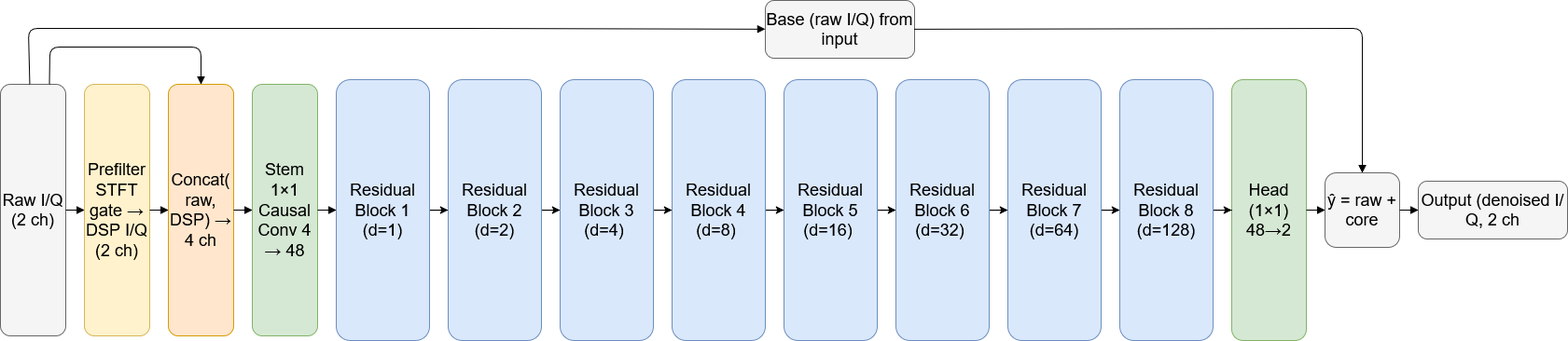
Before: figures/tcn_architecture.drawio.png, a diagram exported from draw.io (Niclasapdk/es7_project). Source tidied: cells renumbered, new cells last; positions are measured from the earlier drawing's top-left corner, leaving out a move shared by most shapes.
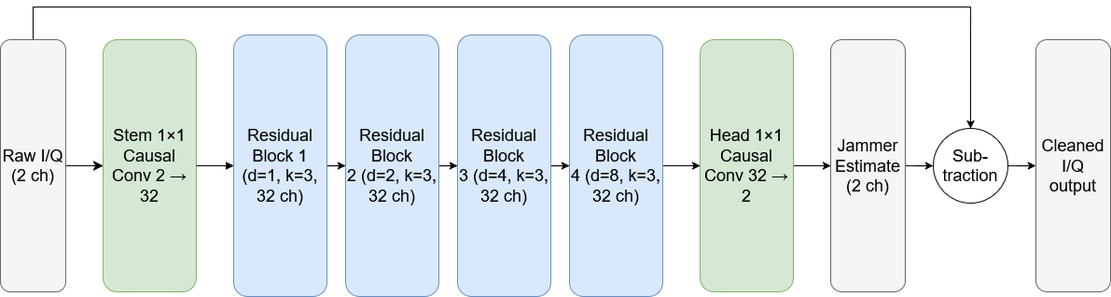
After the change.

Change to the diagram source:
```diff
@@ -2,119 +2,70 @@
   <root>
     <mxCell id="0" />
     <mxCell id="1" parent="0" />
+    <mxCell id="35" style="edgeStyle=none;curved=1;rounded=0;jettySize=auto;html=1;entryX=0;entryY=0.5;entryDx=0;entryDy=0;fontSize=12;startSize=8;endSize=8;" parent="1" edge="1" source="2" target="8">
+      <mxGeometry relative="1" as="geometry" />
+    </mxCell>
+    <mxCell id="36" style="edgeStyle=orthogonalEdgeStyle;rounded=0;jettySize=auto;html=1;entryX=0.5;entryY=0;entryDx=0;entryDy=0;" parent="1" edge="1" source="2" target="42">
+      <mxGeometry relative="1" as="geometry">
+        <Array as="points">
+          <mxPoint x="145" y="55" />
+          <mxPoint x="1150" y="55" />
+        </Array>
+      </mxGeometry>
+    </mxCell>
     <mxCell id="2" value="&lt;font style=&quot;font-size: 18px;&quot;&gt;Raw I/Q (2 ch)&lt;/font&gt;" style="rounded=1;whiteSpace=wrap;html=1;strokeWidth=1;fillColor=#f5f5f5;strokeColor=#666666;" parent="1" vertex="1">
-      <mxGeometry y="90" width="70" height="270" as="geometry" />
+      <mxGeometry x="110" y="90" width="70" height="270" as="geometry" />
     </mxCell>
-    <mxCell id="3" value="&lt;font style=&quot;font-size: 18px;&quot;&gt;Prefilter STFT gate → DSP I/Q (2 ch)&lt;/font&gt;" style="rounded=1;whiteSpace=wrap;html=1;strokeWidth=1;fillColor=#fff2cc;strokeColor=#d6b656;" parent="1" vertex="1">
-      <mxGeometry x="90" y="90" width="70" height="270" as="geometry" />
-    </mxCell>
-    <mxCell id="4" value="&lt;font style=&quot;font-size: 18px;&quot;&gt;Concat( raw, DSP) → 4 ch&lt;/font&gt;" style="rounded=1;whiteSpace=wrap;html=1;strokeWidth=1;fillColor=#ffe6cc;strokeColor=#d79b00;" parent="1" vertex="1">
-      <mxGeometry x="180" y="90" width="70" height="270" as="geometry" />
-    </mxCell>
-    <mxCell id="5" style="endArrow=block;endFill=1;" parent="1" edge="1" source="2" target="3">
-      <mxGeometry relative="1" as="geometry" />
-    </mxCell>
-    <mxCell id="6" style="endArrow=block;endFill=1;" parent="1" edge="1" source="3" target="4">
-      <mxGeometry relative="1" as="geometry" />
-    </mxCell>
-    <mxCell id="7" style="endArrow=block;endFill=1;exitX=0.75;exitY=0;exitDx=0;exitDy=0;entryX=0.5;entryY=0;entryDx=0;entryDy=0;" parent="1" edge="1" source="2" target="4">
-      <mxGeometry relative="1" as="geometry">
-        <Array as="points">
-          <mxPoint x="53" y="50" />
-          <mxPoint x="120" y="50" />
-          <mxPoint x="215" y="50" />
-        </Array>
-      </mxGeometry>
-    </mxCell>
-    <mxCell id="8" value="&lt;font style=&quot;font-size: 18px;&quot;&gt;Stem 1×1 Causal Conv 4 → 48&lt;/font&gt;" style="rounded=1;whiteSpace=wrap;html=1;strokeWidth=1;fillColor=#d5e8d4;strokeColor=#82b366;" parent="1" vertex="1">
-      <mxGeometry x="270" y="90" width="70" height="270" as="geometry" />
+    <mxCell id="8" value="&lt;font style=&quot;font-size: 18px;&quot;&gt;Stem 1×1 Causal Conv 2 → 32&lt;/font&gt;" style="rounded=1;whiteSpace=wrap;html=1;strokeWidth=1;fillColor=#d5e8d4;strokeColor=#82b366;" parent="1" vertex="1">
+      <mxGeometry x="220" y="90" width="100" height="270" as="geometry" />
     </mxCell>
-    <mxCell id="9" style="endArrow=block;endFill=1;" parent="1" edge="1" source="4" target="8">
-      <mxGeometry relative="1" as="geometry" />
-    </mxCell>
     <mxCell id="10" style="edgeStyle=orthogonalEdgeStyle;rounded=0;jettySize=auto;html=1;entryX=0;entryY=0.5;entryDx=0;entryDy=0;" parent="1" edge="1" source="11" target="22">
       <mxGeometry relative="1" as="geometry" />
     </mxCell>
-    <mxCell id="11" value="&lt;font style=&quot;font-size: 18px;&quot;&gt;Residual Block 1 (d=1)&lt;/font&gt;" style="rounded=1;whiteSpace=wrap;html=1;strokeWidth=1;fillColor=#dae8fc;strokeColor=#6c8ebf;" parent="1" vertex="1">
+    <mxCell id="11" value="&lt;font style=&quot;font-size: 18px;&quot;&gt;Residual Block 1 (d=1, k=3, 32 ch)&lt;/font&gt;" style="rounded=1;whiteSpace=wrap;html=1;strokeWidth=1;fillColor=#dae8fc;strokeColor=#6c8ebf;" parent="1" vertex="1">
       <mxGeometry x="360" y="85" width="100" height="280" as="geometry" />
     </mxCell>
     <mxCell id="12" style="endArrow=block;endFill=1;" parent="1" edge="1" source="8" target="11">
       <mxGeometry relative="1" as="geometry" />
     </mxCell>
-    <mxCell id="13" value="&lt;font style=&quot;font-size: 18px;&quot;&gt;Head (1×1) 48→2&lt;/font&gt;" style="rounded=1;whiteSpace=wrap;html=1;strokeWidth=1;fillColor=#d5e8d4;strokeColor=#82b366;" parent="1" vertex="1">
-      <mxGeometry x="1320" y="85" width="80" height="280" as="geometry" />
-    </mxCell>
-    <mxCell id="14" value="&lt;font style=&quot;font-size: 18px;&quot;&gt;Base (raw I/Q) from input&lt;/font&gt;" style="rounded=1;whiteSpace=wrap;html=1;strokeWidth=1;fillColor=#f5f5f5;strokeColor=#666666;" parent="1" vertex="1">
-      <mxGeometry x="820" width="160" height="62" as="geometry" />
-    </mxCell>
-    <mxCell id="15" style="endArrow=block;endFill=1;" parent="1" edge="1" source="2" target="14">
-      <mxGeometry relative="1" as="geometry">
-        <Array as="points">
-          <mxPoint x="30" y="30" />
-          <mxPoint x="490" y="30" />
-        </Array>
-      </mxGeometry>
-    </mxCell>
-    <mxCell id="16" value="&lt;font style=&quot;font-size: 18px;&quot;&gt;ŷ = raw + core&lt;/font&gt;" style="rounded=1;whiteSpace=wrap;html=1;strokeWidth=1;fillColor=#f5f5f5;strokeColor=#666666;" parent="1" vertex="1">
-      <mxGeometry x="1420" y="185" width="80" height="80" as="geometry" />
-    </mxCell>
-    <mxCell id="17" style="endArrow=block;endFill=1;" parent="1" edge="1" source="13" target="16">
-      <mxGeometry relative="1" as="geometry" />
-    </mxCell>
-    <mxCell id="18" style="endArrow=block;endFill=1;" parent="1" edge="1" source="14" target="16">
-      <mxGeometry relative="1" as="geometry">
-        <Array as="points">
-          <mxPoint x="1460" y="30" />
-        </Array>
-      </mxGeometry>
-    </mxCell>
-    <mxCell id="19" value="&lt;font style=&quot;font-size: 18px;&quot;&gt;Output (denoised I/Q, 2 ch&lt;/font&gt;" style="rounded=1;whiteSpace=wrap;html=1;strokeWidth=1;fillColor=#f5f5f5;strokeColor=#666666;" parent="1" vertex="1">
-      <mxGeometry x="1520" y="194" width="160" height="62" as="geometry" />
-    </mxCell>
-    <mxCell id="20" style="endArrow=block;endFill=1;" parent="1" edge="1" source="16" target="19">
-      <mxGeometry relative="1" as="geometry" />
-    </mxCell>
     <mxCell id="21" style="edgeStyle=orthogonalEdgeStyle;rounded=0;jettySize=auto;html=1;entryX=0;entryY=0.5;entryDx=0;entryDy=0;" parent="1" edge="1" source="22" target="24">
       <mxGeometry relative="1" as="geometry" />
     </mxCell>
-    <mxCell id="22" value="&lt;font style=&quot;font-size: 18px;&quot;&gt;Residual Block 2 (d=2)&lt;/font&gt;" style="rounded=1;whiteSpace=wrap;html=1;strokeWidth=1;fillColor=#dae8fc;strokeColor=#6c8ebf;" parent="1" vertex="1">
+    <mxCell id="22" value="&lt;font style=&quot;font-size: 18px;&quot;&gt;Residual Block 2&amp;nbsp;&lt;/font&gt;&lt;font style=&quot;font-size: 18px;&quot;&gt;(d=2, k=3, 32 ch)&lt;/font&gt;" style="rounded=1;whiteSpace=wrap;html=1;strokeWidth=1;fillColor=#dae8fc;strokeColor=#6c8ebf;" parent="1" vertex="1">
       <mxGeometry x="480" y="85" width="100" height="280" as="geometry" />
     </mxCell>
     <mxCell id="23" style="edgeStyle=orthogonalEdgeStyle;rounded=0;jettySize=auto;html=1;entryX=0;entryY=0.5;entryDx=0;entryDy=0;" parent="1" edge="1" source="24" target="26">
       <mxGeometry relative="1" as="geometry" />
     </mxCell>
-    <mxCell id="24" value="&lt;font style=&quot;font-size: 18px;&quot;&gt;Residual Block 3 (d=4)&amp;nbsp;&lt;/font&gt;" style="rounded=1;whiteSpace=wrap;html=1;strokeWidth=1;fillColor=#dae8fc;strokeColor=#6c8ebf;" parent="1" vertex="1">
+    <mxCell id="24" value="&lt;font style=&quot;font-size: 18px;&quot;&gt;Residual Block 3&amp;nbsp;&lt;/font&gt;&lt;font style=&quot;font-size: 18px;&quot;&gt;(d=4, k=3, 32 ch)&lt;/font&gt;" style="rounded=1;whiteSpace=wrap;html=1;strokeWidth=1;fillColor=#dae8fc;strokeColor=#6c8ebf;" parent="1" vertex="1">
       <mxGeometry x="600" y="85" width="100" height="280" as="geometry" />
     </mxCell>
-    <mxCell id="25" style="edgeStyle=orthogonalEdgeStyle;rounded=0;jettySize=auto;html=1;entryX=0;entryY=0.5;entryDx=0;entryDy=0;" parent="1" edge="1" source="26" target="28">
+    <mxCell id="25" style="edgeStyle=orthogonalEdgeStyle;rounded=0;jettySize=auto;html=1;entryX=0;entryY=0.5;entryDx=0;entryDy=0;" parent="1" edge="1" source="26" target="38">
       <mxGeometry relative="1" as="geometry" />
     </mxCell>
-    <mxCell id="26" value="&lt;font style=&quot;font-size: 18px;&quot;&gt;Residual Block 4 (d=8)&amp;nbsp;&lt;/font&gt;" style="rounded=1;whiteSpace=wrap;html=1;strokeWidth=1;fillColor=#dae8fc;strokeColor=#6c8ebf;" parent="1" vertex="1">
+    <mxCell id="26" value="&lt;font style=&quot;font-size: 18px;&quot;&gt;Residual Block 4&amp;nbsp;&lt;/font&gt;&lt;font style=&quot;font-size: 18px;&quot;&gt;(d=8, k=3, 32 ch)&lt;/font&gt;" style="rounded=1;whiteSpace=wrap;html=1;strokeWidth=1;fillColor=#dae8fc;strokeColor=#6c8ebf;" parent="1" vertex="1">
       <mxGeometry x="720" y="85" width="100" height="280" as="geometry" />
     </mxCell>
-    <mxCell id="27" style="edgeStyle=orthogonalEdgeStyle;rounded=0;jettySize=auto;html=1;entryX=0;entryY=0.5;entryDx=0;entryDy=0;" parent="1" edge="1" source="28" target="30">
-      <mxGeometry relative="1" as="geometry" />
-    </mxCell>
-    <mxCell id="28" value="&lt;font style=&quot;font-size: 18px;&quot;&gt;Residual Block 5 (d=16)&amp;nbsp;&lt;/font&gt;" style="rounded=1;whiteSpace=wrap;html=1;strokeWidth=1;fillColor=#dae8fc;strokeColor=#6c8ebf;" parent="1" vertex="1">
-      <mxGeometry x="840" y="85" width="100" height="280" as="geometry" />
-    </mxCell>
-    <mxCell id="29" style="edgeStyle=orthogonalEdgeStyle;rounded=0;jettySize=auto;html=1;entryX=0;entryY=0.5;entryDx=0;entryDy=0;" parent="1" edge="1" source="30" target="32">
-      <mxGeometry relative="1" as="geometry" />
-    </mxCell>
-    <mxCell id="30" value="&lt;font style=&quot;font-size: 18px;&quot;&gt;Residual Block 6 (d=32)&amp;nbsp;&lt;/font&gt;" style="rounded=1;whiteSpace=wrap;html=1;strokeWidth=1;fillColor=#dae8fc;strokeColor=#6c8ebf;" parent="1" vertex="1">
-      <mxGeometry x="960" y="85" width="100" height="280" as="geometry" />
-    </mxCell>
-    <mxCell id="31" style="edgeStyle=orthogonalEdgeStyle;rounded=0;jettySize=auto;html=1;entryX=0;entryY=0.5;entryDx=0;entryDy=0;" parent="1" edge="1" source="32" target="34">
-      <mxGeometry relative="1" as="geometry" />
-    </mxCell>
-    <mxCell id="32" value="&lt;font style=&quot;font-size: 18px;&quot;&gt;Residual Block 7 (d=64)&lt;/font&gt;" style="rounded=1;whiteSpace=wrap;html=1;strokeWidth=1;fillColor=#dae8fc;strokeColor=#6c8ebf;" parent="1" vertex="1">
-      <mxGeometry x="1080" y="85" width="100" height="280" as="geometry" />
-    </mxCell>
-    <mxCell id="33" style="edgeStyle=orthogonalEdgeStyle;rounded=0;jettySize=auto;html=1;entryX=0;entryY=0.5;entryDx=0;entryDy=0;" parent="1" edge="1" source="34" target="13">
-      <mxGeometry relative="1" as="geometry" />
-    </mxCell>
-    <mxCell id="34" value="&lt;font style=&quot;font-size: 18px;&quot;&gt;Residual Block 8 (d=128)&lt;/font&gt;" style="rounded=1;whiteSpace=wrap;html=1;strokeWidth=1;fillColor=#dae8fc;strokeColor=#6c8ebf;" parent="1" vertex="1">
-      <mxGeometry x="1200" y="85" width="100" height="280" as="geometry" />
-    </mxCell>
+    <mxCell id="37" style="edgeStyle=orthogonalEdgeStyle;rounded=0;jettySize=auto;html=1;entryX=0;entryY=0.5;entryDx=0;entryDy=0;" parent="1" edge="1" source="38" target="40">
+      <mxGeometry relative="1" as="geometry" />
+    </mxCell>
+    <mxCell id="38" value="&lt;font style=&quot;font-size: 18px;&quot;&gt;Head 1×1 Causal Conv 32 → 2&lt;/font&gt;" style="rounded=1;whiteSpace=wrap;html=1;strokeWidth=1;fillColor=#d5e8d4;strokeColor=#82b366;" parent="1" vertex="1">
+      <mxGeometry x="860" y="90" width="100" height="270" as="geometry" />
+    </mxCell>
+    <mxCell id="39" style="edgeStyle=orthogonalEdgeStyle;rounded=0;jettySize=auto;html=1;entryX=0;entryY=0.5;entryDx=0;entryDy=0;" parent="1" edge="1" source="40" target="42">
+      <mxGeometry relative="1" as="geometry" />
+    </mxCell>
+    <mxCell id="40" value="&lt;font style=&quot;font-size: 18px;&quot;&gt;Jammer Estimate (2 ch)&lt;/font&gt;" style="rounded=1;whiteSpace=wrap;html=1;strokeWidth=1;fillColor=#f5f5f5;strokeColor=#666666;" parent="1" vertex="1">
+      <mxGeometry x="1000" y="90" width="80" height="270" as="geometry" />
+    </mxCell>
+    <mxCell id="41" style="edgeStyle=orthogonalEdgeStyle;rounded=0;jettySize=auto;html=1;entryX=0;entryY=0.5;entryDx=0;entryDy=0;" parent="1" edge="1" source="42" target="43">
+      <mxGeometry relative="1" as="geometry" />
+    </mxCell>
+    <mxCell id="42" value="&lt;font style=&quot;font-size: 18px;&quot;&gt;Sub-traction&lt;/font&gt;" style="ellipse;whiteSpace=wrap;html=1;" parent="1" vertex="1">
+      <mxGeometry x="1110" y="185" width="80" height="80" as="geometry" />
+    </mxCell>
+    <mxCell id="43" value="&lt;font style=&quot;font-size: 18px;&quot;&gt;Cleaned I/Q output&lt;/font&gt;" style="rounded=1;whiteSpace=wrap;html=1;strokeWidth=1;fillColor=#f5f5f5;strokeColor=#666666;" parent="1" vertex="1">
+      <mxGeometry x="1220" y="90" width="80" height="270" as="geometry" />
+    </mxCell>
   </root>
 </mxGraphModel>
```
